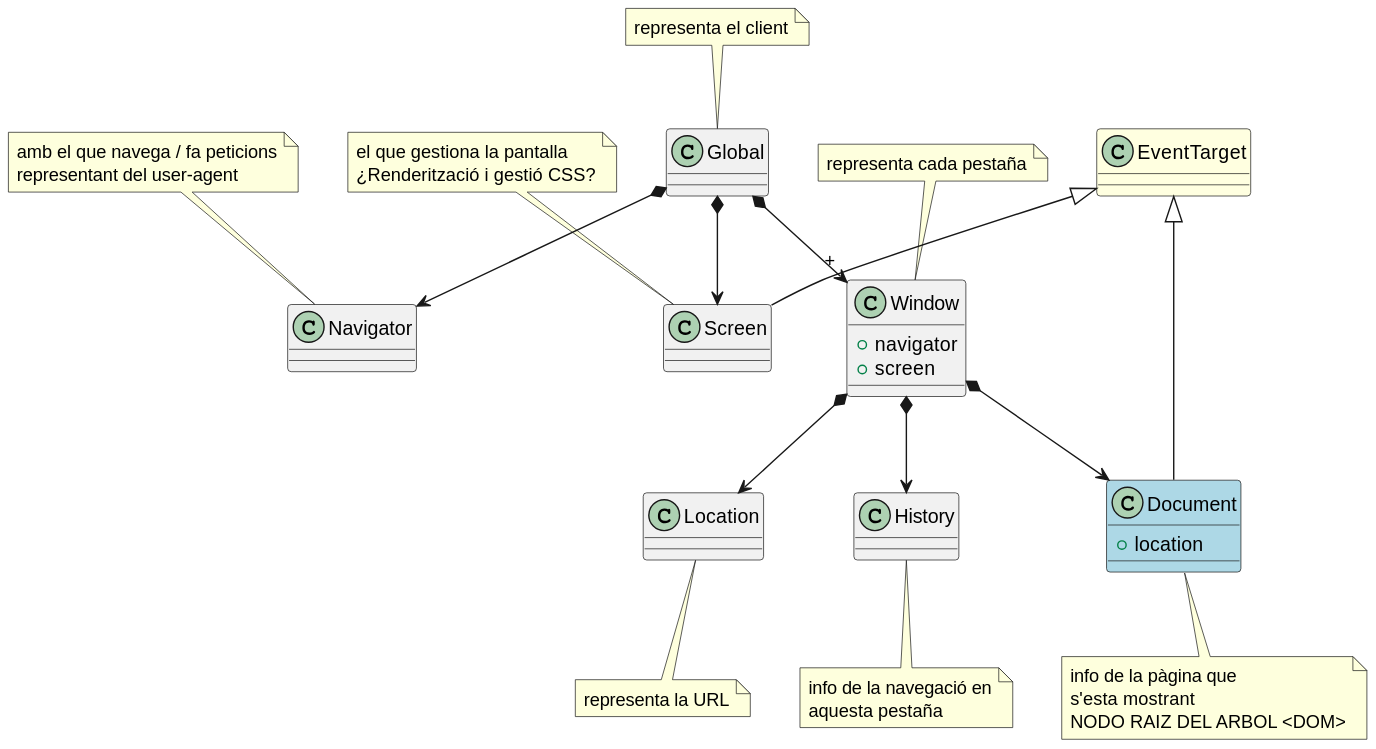
Above: out/docs/dhtml/BOM/BOM.svg in PabloMartinFluvia/tech-dhtml (PlantUML), before the change.
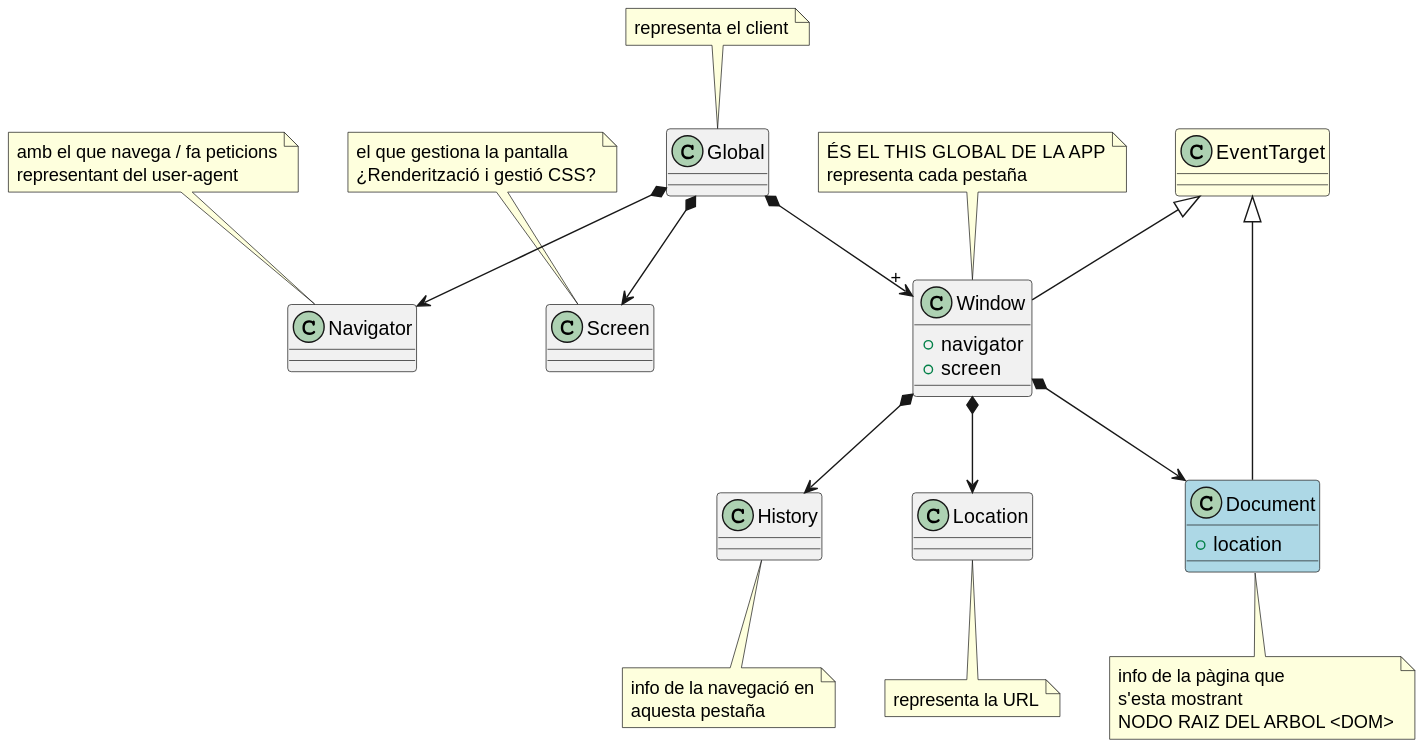
The same diagram one commit later.

Diff of the diagram source:
```diff
@@ -18,15 +18,16 @@
 el que gestiona la pantalla
 ¿Renderització i gestió CSS?
 end note
-EventTarget <|-- Screen
 
 class Window {
     + navigator
     + screen
 }
 note top
+ÉS EL THIS GLOBAL DE LA APP
 representa cada pestaña
 end note
+EventTarget <|-- Window
 Window *--> Location
 Window *--> History
 Window *--> Document
```
